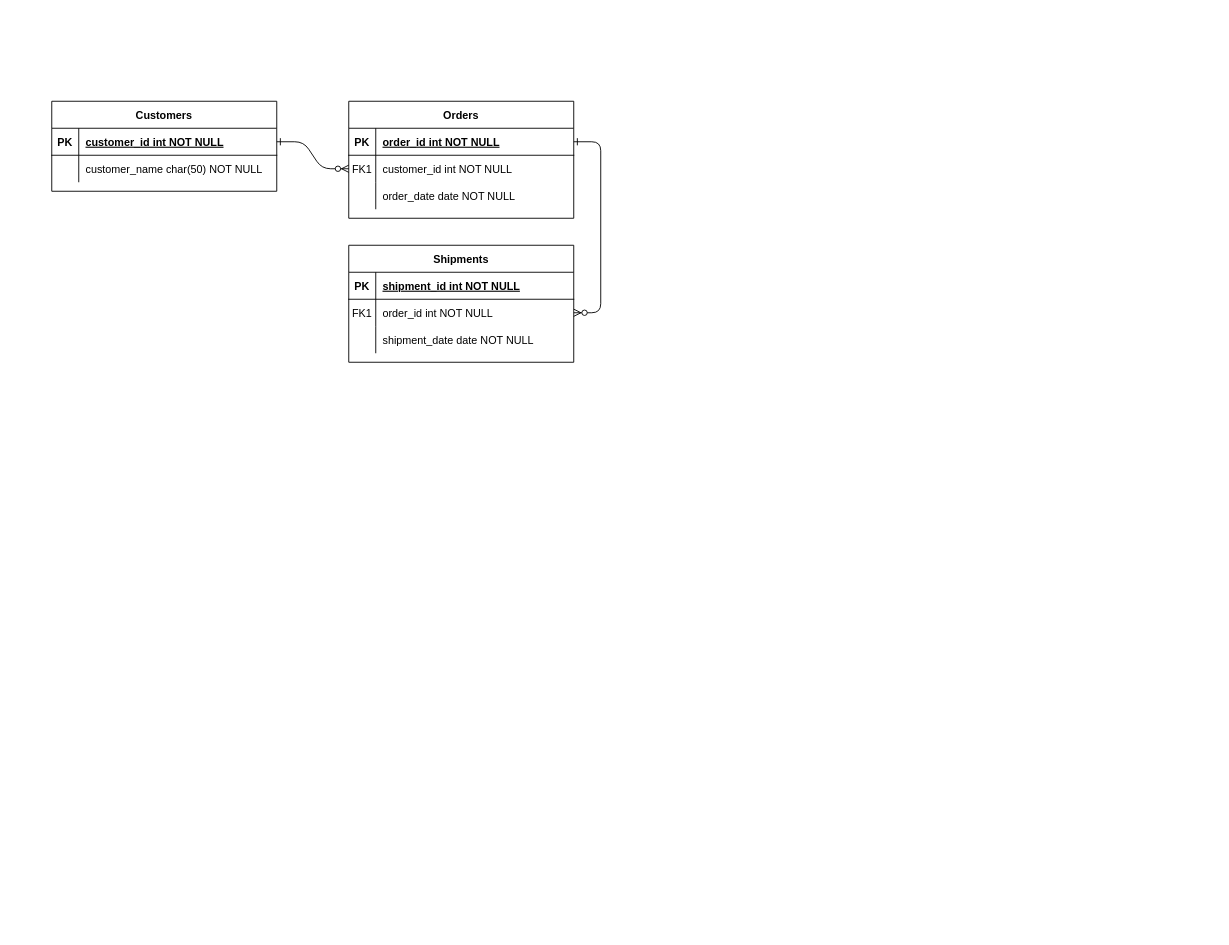
Above: 考勤管理.drawio in jurentiancheng/drawio-project (draw.io), before the change. Source tidied: cells renumbered, new cells numbered last; positions are measured from the earlier drawing's top-left corner, leaving out a move shared by most shapes. Both pictures are drawn from the tidied source at 90%, with x=0, y=0 at pixel (51, 101).
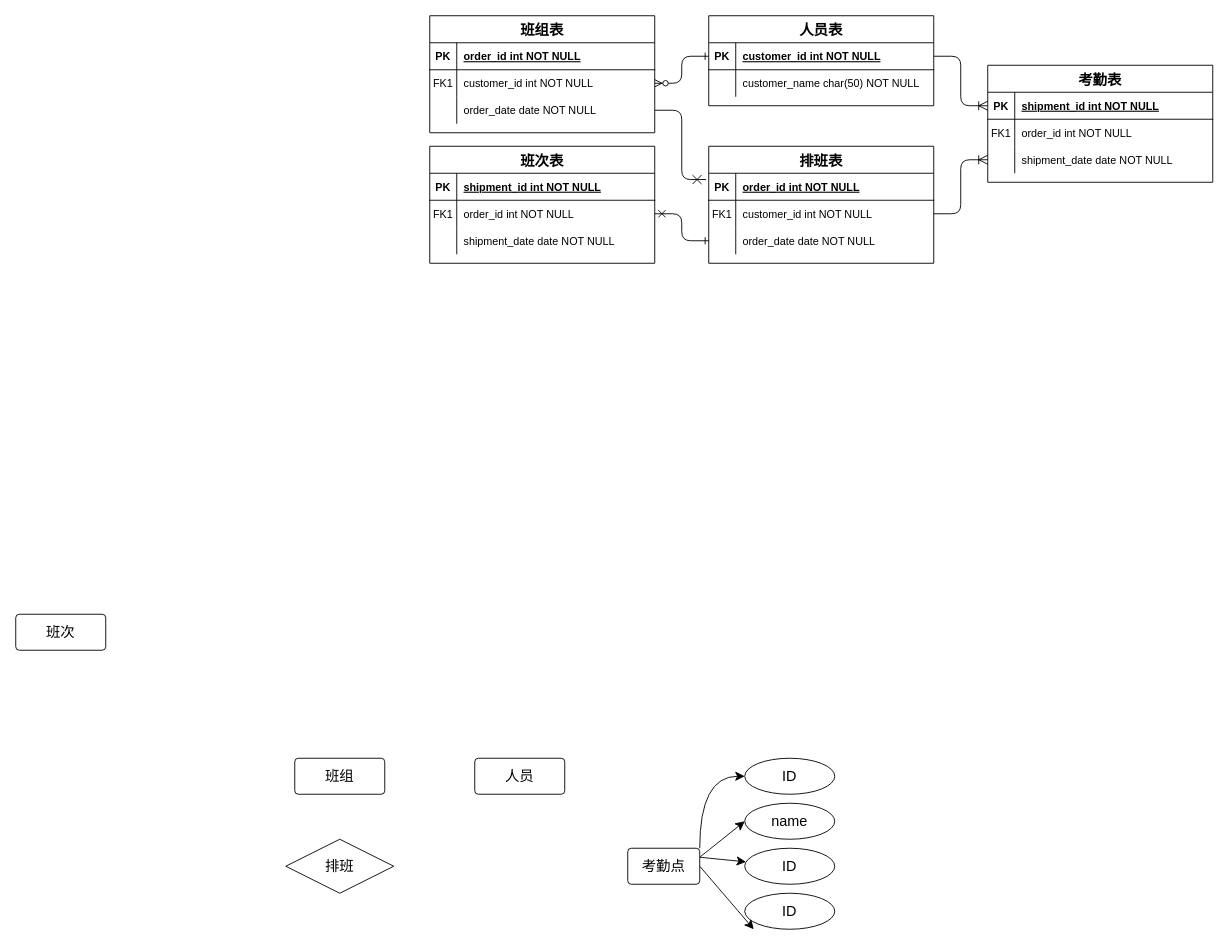
Above is the later version.

Commit message (it also covers changes not shown here):
更新考勤管理.drawio

The change refers to these unchanged cells:
```xml
<mxCell id="5" style="shape=partialRectangle;fillColor=none;points=[[0,0.5],[1,0.5]];portConstraint=eastwest;top=0;left=0;right=0;bottom=1;" parent="4" vertex="1">
  <mxGeometry y="30" width="250" height="30" as="geometry" />
</mxCell>
<mxCell id="11" style="shape=partialRectangle;fillColor=none;points=[[0,0.5],[1,0.5]];portConstraint=eastwest;top=0;left=0;right=0;bottom=0;" parent="4" vertex="1">
  <mxGeometry y="90" width="250" height="30" as="geometry" />
</mxCell>
<mxCell id="18" style="shape=partialRectangle;fillColor=none;points=[[0,0.5],[1,0.5]];portConstraint=eastwest;top=0;left=0;right=0;bottom=0;" parent="14" vertex="1">
  <mxGeometry y="60" width="250" height="30" as="geometry" />
</mxCell>
<mxCell id="25" style="shape=partialRectangle;fillColor=none;points=[[0,0.5],[1,0.5]];portConstraint=eastwest;top=0;left=0;right=0;bottom=1;" parent="24" vertex="1">
  <mxGeometry y="30" width="250" height="30" as="geometry" />
</mxCell>
```

What changed in the source:
```diff
@@
-    <mxCell id="3" style="edgeStyle=entityRelationEdgeStyle;endArrow=ERzeroToMany;startArrow=ERone;endFill=1;startFill=0;" parent="1" edge="1" source="5" target="18">
+    <mxCell id="3" style="edgeStyle=entityRelationEdgeStyle;endArrow=cross;startArrow=ERone;endFill=0;startFill=0;exitX=0;exitY=0.5;exitDx=0;exitDy=0;" parent="1" edge="1" source="51" target="18">
       <mxGeometry relative="1" as="geometry" />
     </mxCell>
-    <mxCell id="4" value="Orders" style="shape=table;startSize=30;childLayout=tableLayout;rowLines=0;fontStyle=1;align=center;" parent="1" vertex="1">
-      <mxGeometry x="330" width="250" height="130" as="geometry" />
+    <mxCell id="4" value="班组表" style="shape=table;startSize=30;childLayout=tableLayout;rowLines=0;fontStyle=1;align=center;fontSize=16;" parent="1" vertex="1">
+      <mxGeometry x="420" y="-95" width="250" height="130" as="geometry" />
     </mxCell>
@@
-    <mxCell id="14" value="Shipments" style="shape=table;startSize=30;childLayout=tableLayout;rowLines=0;fontStyle=1;align=center;" parent="1" vertex="1">
-      <mxGeometry x="330" y="160" width="250" height="130" as="geometry" />
+    <mxCell id="14" value="班次表" style="shape=table;startSize=30;childLayout=tableLayout;rowLines=0;fontStyle=1;align=center;fontSize=16;" parent="1" vertex="1">
+      <mxGeometry x="420" y="50" width="250" height="130" as="geometry" />
     </mxCell>
@@
-    <mxCell id="24" value="Customers" style="shape=table;startSize=30;childLayout=tableLayout;rowLines=0;fontStyle=1;align=center;" parent="1" vertex="1">
-      <mxGeometry width="250" height="100" as="geometry" />
+    <mxCell id="24" value="人员表" style="shape=table;startSize=30;childLayout=tableLayout;rowLines=0;fontStyle=1;align=center;fontSize=16;" parent="1" vertex="1">
+      <mxGeometry x="730" y="-95" width="250" height="100" as="geometry" />
     </mxCell>
@@
+    <mxCell id="31" value="班组" style="rounded=1;arcSize=10;whiteSpace=wrap;html=1;align=center;fontSize=16;" parent="1" vertex="1">
+      <mxGeometry x="270" y="730" width="100" height="40" as="geometry" />
+    </mxCell>
+    <mxCell id="32" value="班次" style="rounded=1;arcSize=10;whiteSpace=wrap;html=1;align=center;fontSize=16;" parent="1" vertex="1">
+      <mxGeometry x="-40" y="570" width="100" height="40" as="geometry" />
+    </mxCell>
+    <mxCell id="33" style="edgeStyle=orthogonalEdgeStyle;rounded=0;jettySize=auto;html=1;exitX=1;exitY=0;exitDx=0;exitDy=0;entryX=0;entryY=0.5;entryDx=0;entryDy=0;fontSize=12;startSize=8;endSize=8;curved=1;" parent="1" edge="1" source="37" target="40">
+      <mxGeometry relative="1" as="geometry" />
+    </mxCell>
+    <mxCell id="34" style="edgeStyle=none;curved=1;rounded=0;jettySize=auto;html=1;exitX=1;exitY=0.25;exitDx=0;exitDy=0;entryX=0;entryY=0.5;entryDx=0;entryDy=0;fontSize=12;startSize=8;endSize=8;" parent="1" edge="1" source="37" target="41">
+      <mxGeometry relative="1" as="geometry" />
+    </mxCell>
+    <mxCell id="35" style="edgeStyle=none;curved=1;rounded=0;jettySize=auto;html=1;exitX=1;exitY=0.25;exitDx=0;exitDy=0;fontSize=12;startSize=8;endSize=8;" parent="1" edge="1" source="37" target="42">
+      <mxGeometry relative="1" as="geometry" />
+    </mxCell>
+    <mxCell id="36" style="edgeStyle=none;curved=1;rounded=0;jettySize=auto;html=1;exitX=1;exitY=0.5;exitDx=0;exitDy=0;fontSize=12;startSize=8;endSize=8;" parent="1" edge="1" source="37">
+      <mxGeometry relative="1" as="geometry">
+        <mxPoint x="780" y="920" as="targetPoint" />
+      </mxGeometry>
+    </mxCell>
+    <mxCell id="37" value="考勤点" style="rounded=1;arcSize=10;whiteSpace=wrap;html=1;align=center;fontSize=16;" parent="1" vertex="1">
+      <mxGeometry x="640" y="830" width="80" height="40" as="geometry" />
+    </mxCell>
+    <mxCell id="38" value="排班" style="shape=rhombus;perimeter=rhombusPerimeter;whiteSpace=wrap;html=1;align=center;fontSize=16;" parent="1" vertex="1">
+      <mxGeometry x="260" y="820" width="120" height="60" as="geometry" />
+    </mxCell>
+    <mxCell id="39" value="人员" style="rounded=1;arcSize=10;whiteSpace=wrap;html=1;align=center;fontSize=16;" parent="1" vertex="1">
+      <mxGeometry x="470" y="730" width="100" height="40" as="geometry" />
+    </mxCell>
+    <mxCell id="40" value="ID" style="ellipse;whiteSpace=wrap;html=1;align=center;fontSize=16;" parent="1" vertex="1">
+      <mxGeometry x="770" y="730" width="100" height="40" as="geometry" />
+    </mxCell>
+    <mxCell id="41" value="name" style="ellipse;whiteSpace=wrap;html=1;align=center;fontSize=16;" parent="1" vertex="1">
+      <mxGeometry x="770" y="780" width="100" height="40" as="geometry" />
+    </mxCell>
+    <mxCell id="42" value="ID" style="ellipse;whiteSpace=wrap;html=1;align=center;fontSize=16;" parent="1" vertex="1">
+      <mxGeometry x="770" y="830" width="100" height="40" as="geometry" />
+    </mxCell>
+    <mxCell id="43" value="ID" style="ellipse;whiteSpace=wrap;html=1;align=center;fontSize=16;" parent="1" vertex="1">
+      <mxGeometry x="770" y="880" width="100" height="40" as="geometry" />
+    </mxCell>
+    <mxCell id="44" value="排班表" style="shape=table;startSize=30;childLayout=tableLayout;rowLines=0;fontStyle=1;align=center;fontSize=16;" parent="1" vertex="1">
+      <mxGeometry x="730" y="50" width="250" height="130" as="geometry" />
+    </mxCell>
+    <mxCell id="45" style="shape=partialRectangle;fillColor=none;points=[[0,0.5],[1,0.5]];portConstraint=eastwest;top=0;left=0;right=0;bottom=1;" parent="44" vertex="1">
+      <mxGeometry y="30" width="250" height="30" as="geometry" />
+    </mxCell>
+    <mxCell id="46" value="PK" style="shape=partialRectangle;overflow=hidden;fillColor=none;top=0;left=0;bottom=0;right=0;fontStyle=1;" parent="45" vertex="1">
+      <mxGeometry width="30" height="30" as="geometry" />
+    </mxCell>
+    <mxCell id="47" value="order_id int NOT NULL " style="shape=partialRectangle;overflow=hidden;fillColor=none;top=0;left=0;bottom=0;right=0;align=left;spacingLeft=6;fontStyle=5;" parent="45" vertex="1">
+      <mxGeometry x="30" width="220" height="30" as="geometry" />
+    </mxCell>
+    <mxCell id="48" style="shape=partialRectangle;fillColor=none;points=[[0,0.5],[1,0.5]];portConstraint=eastwest;top=0;left=0;right=0;bottom=0;" parent="44" vertex="1">
+      <mxGeometry y="60" width="250" height="30" as="geometry" />
+    </mxCell>
+    <mxCell id="49" value="FK1" style="shape=partialRectangle;overflow=hidden;fillColor=none;top=0;left=0;bottom=0;right=0;" parent="48" vertex="1">
+      <mxGeometry width="30" height="30" as="geometry" />
+    </mxCell>
+    <mxCell id="50" value="customer_id int NOT NULL" style="shape=partialRectangle;overflow=hidden;fillColor=none;top=0;left=0;bottom=0;right=0;align=left;spacingLeft=6;" parent="48" vertex="1">
+      <mxGeometry x="30" width="220" height="30" as="geometry" />
+    </mxCell>
+    <mxCell id="51" style="shape=partialRectangle;fillColor=none;points=[[0,0.5],[1,0.5]];portConstraint=eastwest;top=0;left=0;right=0;bottom=0;" parent="44" vertex="1">
+      <mxGeometry y="90" width="250" height="30" as="geometry" />
+    </mxCell>
+    <mxCell id="52" style="shape=partialRectangle;overflow=hidden;fillColor=none;top=0;left=0;bottom=0;right=0;" parent="51" vertex="1">
+      <mxGeometry width="30" height="30" as="geometry" />
+    </mxCell>
+    <mxCell id="53" value="order_date date NOT NULL" style="shape=partialRectangle;overflow=hidden;fillColor=none;top=0;left=0;bottom=0;right=0;align=left;spacingLeft=6;" parent="51" vertex="1">
+      <mxGeometry x="30" width="220" height="30" as="geometry" />
+    </mxCell>
+    <mxCell id="54" style="edgeStyle=orthogonalEdgeStyle;rounded=1;jettySize=auto;html=1;exitX=1;exitY=0.5;exitDx=0;exitDy=0;entryX=-0.012;entryY=0.233;entryDx=0;entryDy=0;fontSize=12;startSize=8;endSize=8;entryPerimeter=0;endArrow=cross;endFill=0;" parent="1" edge="1" source="11" target="45">
+      <mxGeometry relative="1" as="geometry" />
+    </mxCell>
+    <mxCell id="55" value="考勤表" style="shape=table;startSize=30;childLayout=tableLayout;rowLines=0;fontStyle=1;align=center;fontSize=16;" parent="1" vertex="1">
+      <mxGeometry x="1040" y="-40" width="250" height="130" as="geometry" />
+    </mxCell>
+    <mxCell id="56" style="shape=partialRectangle;fillColor=none;points=[[0,0.5],[1,0.5]];portConstraint=eastwest;top=0;left=0;right=0;bottom=1;" parent="55" vertex="1">
+      <mxGeometry y="30" width="250" height="30" as="geometry" />
+    </mxCell>
+    <mxCell id="57" value="PK" style="shape=partialRectangle;overflow=hidden;fillColor=none;top=0;left=0;bottom=0;right=0;fontStyle=1;" parent="56" vertex="1">
+      <mxGeometry width="30" height="30" as="geometry" />
+    </mxCell>
+    <mxCell id="58" value="shipment_id int NOT NULL " style="shape=partialRectangle;overflow=hidden;fillColor=none;top=0;left=0;bottom=0;right=0;align=left;spacingLeft=6;fontStyle=5;" parent="56" vertex="1">
+      <mxGeometry x="30" width="220" height="30" as="geometry" />
+    </mxCell>
+    <mxCell id="59" style="shape=partialRectangle;fillColor=none;top=0;left=0;right=0;bottom=0;" parent="55" vertex="1">
+      <mxGeometry y="60" width="250" height="30" as="geometry" />
+    </mxCell>
+    <mxCell id="60" value="FK1" style="shape=partialRectangle;overflow=hidden;fillColor=none;top=0;left=0;bottom=0;right=0;" parent="59" vertex="1">
+      <mxGeometry width="30" height="30" as="geometry" />
+    </mxCell>
+    <mxCell id="61" value="order_id int NOT NULL" style="shape=partialRectangle;overflow=hidden;fillColor=none;top=0;left=0;bottom=0;right=0;align=left;spacingLeft=6;" parent="59" vertex="1">
+      <mxGeometry x="30" width="220" height="30" as="geometry" />
+    </mxCell>
+    <mxCell id="62" style="shape=partialRectangle;fillColor=none;points=[[0,0.5],[1,0.5]];portConstraint=eastwest;top=0;left=0;right=0;bottom=0;" parent="55" vertex="1">
+      <mxGeometry y="90" width="250" height="30" as="geometry" />
+    </mxCell>
+    <mxCell id="63" style="shape=partialRectangle;overflow=hidden;fillColor=none;top=0;left=0;bottom=0;right=0;" parent="62" vertex="1">
+      <mxGeometry width="30" height="30" as="geometry" />
+    </mxCell>
+    <mxCell id="64" value="shipment_date date NOT NULL" style="shape=partialRectangle;overflow=hidden;fillColor=none;top=0;left=0;bottom=0;right=0;align=left;spacingLeft=6;" parent="62" vertex="1">
+      <mxGeometry x="30" width="220" height="30" as="geometry" />
+    </mxCell>
+    <mxCell id="65" style="edgeStyle=orthogonalEdgeStyle;rounded=1;jettySize=auto;html=1;exitX=1;exitY=0.5;exitDx=0;exitDy=0;entryX=0;entryY=0.5;entryDx=0;entryDy=0;fontSize=12;startSize=8;endSize=8;endArrow=ERoneToMany;endFill=0;" parent="1" edge="1" source="25" target="56">
+      <mxGeometry relative="1" as="geometry" />
+    </mxCell>
+    <mxCell id="66" style="edgeStyle=orthogonalEdgeStyle;rounded=1;jettySize=auto;html=1;exitX=1;exitY=0.5;exitDx=0;exitDy=0;entryX=0;entryY=0.5;entryDx=0;entryDy=0;fontSize=12;startSize=8;endSize=8;endArrow=ERoneToMany;endFill=0;" parent="1" edge="1" source="48" target="62">
+      <mxGeometry relative="1" as="geometry" />
+    </mxCell>
```
